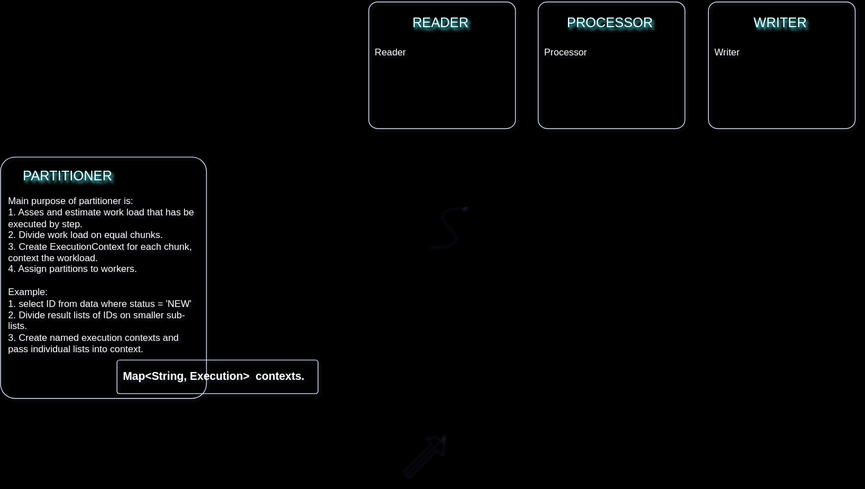
The draw.io diagram public/images/spring-batch-data-flow.drawio.svg in gsaukov/spring-batch-demo, before a commit. Source tidied: cells renumbered, new cells last; positions are measured from the earlier drawing's top-left corner, leaving out a move shared by most shapes.
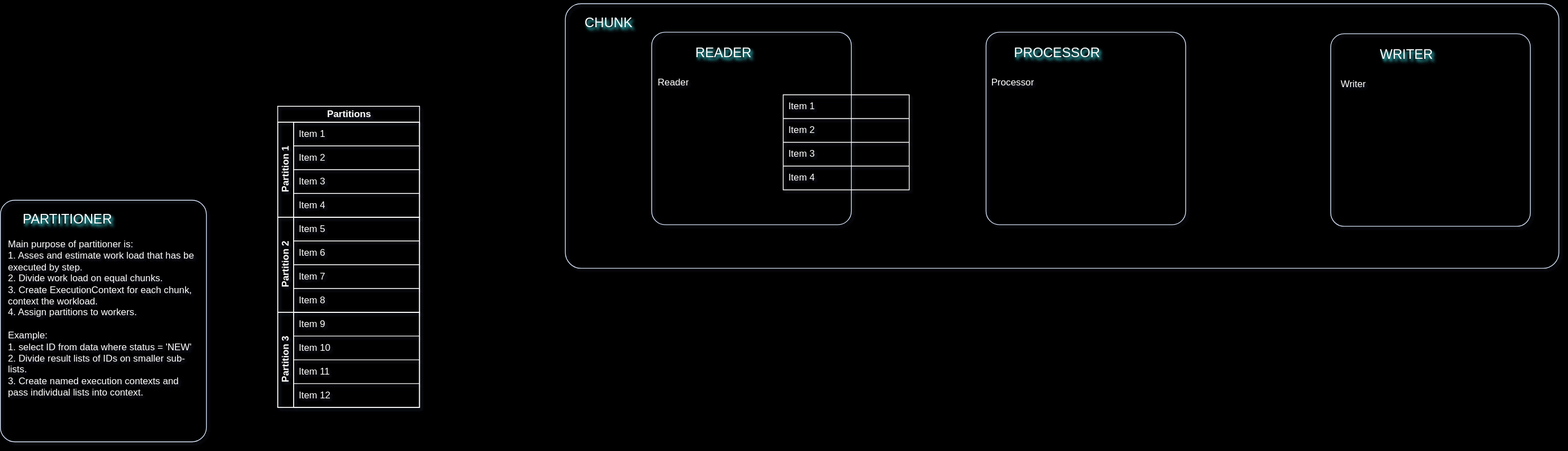
The same diagram one commit later.

Diff of the diagram source:
```diff
@@ -2,6 +2,9 @@
   <root>
     <mxCell id="0" />
     <mxCell id="1" parent="0" />
+    <mxCell id="20" style="rounded=1;whiteSpace=wrap;html=1;shadow=0;arcSize=6;fillColor=none;glass=0;perimeterSpacing=0;labelBorderColor=none;shadowOffsetX=2;shadowOpacity=80;shadowColor=#33FFFF;strokeColor=#D4E1F5;strokeWidth=1;shadowBlur=1;" parent="1" vertex="1">
+      <mxGeometry x="713" y="-52" width="1254" height="334" as="geometry" />
+    </mxCell>
     <mxCell id="2" style="rounded=1;whiteSpace=wrap;html=1;shadow=0;arcSize=7;fillColor=none;glass=0;perimeterSpacing=0;labelBorderColor=none;shadowOffsetX=2;shadowOpacity=80;shadowColor=#33FFFF;strokeColor=#D4E1F5;strokeWidth=1;shadowBlur=1;shadowOffsetY=2;" parent="1" vertex="1">
       <mxGeometry y="196" width="260" height="305" as="geometry" />
     </mxCell>
@@ -12,62 +15,157 @@
       <mxGeometry x="10" y="240" width="240" height="212.5" as="geometry" />
     </mxCell>
     <mxCell id="5" style="rounded=1;whiteSpace=wrap;html=1;shadow=0;arcSize=7;fillColor=none;glass=0;perimeterSpacing=0;labelBorderColor=none;shadowOffsetX=2;shadowOpacity=80;shadowColor=#33FFFF;strokeColor=#D4E1F5;strokeWidth=1;shadowBlur=1;shadowOffsetY=2;" parent="1" vertex="1">
-      <mxGeometry x="465" width="185.3" height="160" as="geometry" />
+      <mxGeometry x="822" y="-16" width="252" height="243" as="geometry" />
     </mxCell>
     <mxCell id="6" value="READER" style="text;html=1;strokeColor=none;fillColor=none;align=center;verticalAlign=middle;whiteSpace=wrap;rounded=0;shadow=1;sketch=0;shadowColor=#33FFFF;textShadow=1;fontColor=#FFFFFF;shadowOpacity=80;fontSize=17;" parent="1" vertex="1">
-      <mxGeometry x="500.5" y="2" width="110" height="50" as="geometry" />
+      <mxGeometry x="857.5" y="-14" width="110" height="50" as="geometry" />
     </mxCell>
     <mxCell id="7" value="&lt;p style=&quot;margin-top: 0px; margin-bottom: 0px;&quot;&gt;Reader&lt;br&gt;&lt;/p&gt;" style="text;html=1;whiteSpace=wrap;overflow=hidden;rounded=0;fontColor=#FFFFFF;spacing=0;" parent="1" vertex="1">
-      <mxGeometry x="473" y="52" width="171" height="87" as="geometry" />
+      <mxGeometry x="830" y="36" width="171" height="87" as="geometry" />
     </mxCell>
-    <mxCell id="8" style="rounded=1;whiteSpace=wrap;html=1;shadow=0;arcSize=7;fillColor=none;glass=0;perimeterSpacing=0;labelBorderColor=none;shadowOffsetX=2;shadowOpacity=80;shadowColor=#33FFFF;strokeColor=#D4E1F5;strokeWidth=1;shadowBlur=1;shadowOffsetY=2;" parent="1" vertex="1">
-      <mxGeometry x="679" width="185.3" height="160" as="geometry" />
-    </mxCell>
     <mxCell id="9" value="PROCESSOR" style="text;html=1;strokeColor=none;fillColor=none;align=center;verticalAlign=middle;whiteSpace=wrap;rounded=0;shadow=1;sketch=0;shadowColor=#33FFFF;textShadow=1;fontColor=#FFFFFF;shadowOpacity=80;fontSize=17;" parent="1" vertex="1">
-      <mxGeometry x="714.5" y="2" width="110" height="50" as="geometry" />
+      <mxGeometry x="1278.5" y="-14" width="110" height="50" as="geometry" />
     </mxCell>
     <mxCell id="10" value="&lt;p style=&quot;margin-top: 0px; margin-bottom: 0px;&quot;&gt;Processor&lt;br&gt;&lt;/p&gt;" style="text;html=1;whiteSpace=wrap;overflow=hidden;rounded=0;fontColor=#FFFFFF;spacing=0;" parent="1" vertex="1">
-      <mxGeometry x="687" y="52" width="171" height="89" as="geometry" />
+      <mxGeometry x="1251" y="36" width="171" height="89" as="geometry" />
     </mxCell>
-    <mxCell id="11" style="rounded=1;whiteSpace=wrap;html=1;shadow=0;arcSize=7;fillColor=none;glass=0;perimeterSpacing=0;labelBorderColor=none;shadowOffsetX=2;shadowOpacity=80;shadowColor=#33FFFF;strokeColor=#D4E1F5;strokeWidth=1;shadowBlur=1;shadowOffsetY=2;" parent="1" vertex="1">
-      <mxGeometry x="894" width="185.3" height="160" as="geometry" />
-    </mxCell>
     <mxCell id="12" value="WRITER" style="text;html=1;strokeColor=none;fillColor=none;align=center;verticalAlign=middle;whiteSpace=wrap;rounded=0;shadow=1;sketch=0;shadowColor=#33FFFF;textShadow=1;fontColor=#FFFFFF;shadowOpacity=80;fontSize=17;" parent="1" vertex="1">
-      <mxGeometry x="929.5" y="2" width="110" height="50" as="geometry" />
+      <mxGeometry x="1719.5" y="-12" width="110" height="50" as="geometry" />
     </mxCell>
     <mxCell id="13" value="&lt;p style=&quot;margin-top: 0px; margin-bottom: 0px;&quot;&gt;Writer&lt;br&gt;&lt;/p&gt;&lt;p style=&quot;margin-top: 0px; margin-bottom: 0px;&quot;&gt;&lt;br&gt;&lt;/p&gt;" style="text;html=1;whiteSpace=wrap;overflow=hidden;rounded=0;fontColor=#FFFFFF;spacing=0;" parent="1" vertex="1">
-      <mxGeometry x="902" y="52" width="171" height="80" as="geometry" />
+      <mxGeometry x="1692" y="38" width="171" height="80" as="geometry" />
     </mxCell>
-    <mxCell id="14" style="shape=flexArrow;endArrow=classic;html=1;rounded=0;" parent="1" edge="1">
-      <mxGeometry relative="1" as="geometry">
-        <mxPoint x="509" y="596" as="sourcePoint" />
-        <mxPoint x="559" y="546" as="targetPoint" />
-      </mxGeometry>
-    </mxCell>
-    <mxCell id="15" style="endArrow=classic;html=1;rounded=0;" parent="1" edge="1">
-      <mxGeometry relative="1" as="geometry">
-        <mxPoint x="509" y="596" as="sourcePoint" />
-        <mxPoint x="559" y="546" as="targetPoint" />
-      </mxGeometry>
-    </mxCell>
-    <mxCell id="16" style="group;" parent="1" vertex="1">
-      <mxGeometry x="147" y="452.5" width="254" height="43.5" as="geometry" />
-    </mxCell>
-    <mxCell id="17" style="rounded=1;whiteSpace=wrap;html=1;shadow=0;arcSize=8;fillColor=none;glass=0;perimeterSpacing=0;labelBorderColor=none;shadowOffsetX=2;shadowOpacity=80;shadowColor=#33FFFF;strokeColor=#D4E1F5;strokeWidth=1;shadowBlur=1;" parent="16" vertex="1">
-      <mxGeometry width="254" height="42.5" as="geometry" />
-    </mxCell>
-    <mxCell id="18" value="&lt;h3 style=&quot;margin-top: 0px;&quot;&gt;Map&amp;lt;String, Execution&amp;gt;&amp;nbsp; contexts.&lt;/h3&gt;" style="text;html=1;whiteSpace=wrap;overflow=hidden;rounded=0;fontColor=#FFFFFF;" parent="16" vertex="1">
-      <mxGeometry x="5.5" y="5" width="238.5" height="38.5" as="geometry" />
-    </mxCell>
-    <mxCell id="19" style="curved=1;endArrow=classic;html=1;rounded=0;" parent="1" edge="1">
-      <mxGeometry relative="1" as="geometry">
-        <mxPoint x="539" y="308" as="sourcePoint" />
-        <mxPoint x="589" y="258" as="targetPoint" />
-        <Array as="points">
-          <mxPoint x="589" y="308" />
-          <mxPoint x="539" y="258" />
-        </Array>
-      </mxGeometry>
-    </mxCell>
+    <mxCell id="21" value="CHUNK" style="text;html=1;strokeColor=none;fillColor=none;align=center;verticalAlign=middle;whiteSpace=wrap;rounded=0;shadow=1;sketch=0;shadowColor=#33FFFF;textShadow=1;fontColor=#FFFFFF;shadowOpacity=80;fontSize=17;" parent="1" vertex="1">
+      <mxGeometry x="713" y="-52" width="110" height="50" as="geometry" />
+    </mxCell>
+    <mxCell id="22" style="group;" parent="1" vertex="1">
+      <mxGeometry x="350" y="77.5" width="179" height="380" as="geometry" />
+    </mxCell>
+    <mxCell id="23" value="Partitions" style="swimlane;horizontal=1;startSize=20;html=1;fillColor=none;strokeColor=#FFFFFF;glass=0;fontColor=#FFFFFF;rounded=0;" parent="22" vertex="1">
+      <mxGeometry width="179" height="380" as="geometry" />
+    </mxCell>
+    <mxCell id="24" value="Partition 1" style="swimlane;startSize=20;horizontal=0;html=1;strokeColor=#FFFFFF;glass=0;fontColor=#FFFFFF;fillColor=none;rounded=0;" parent="23" vertex="1">
+      <mxGeometry y="20" width="179" height="120" as="geometry" />
+    </mxCell>
+    <mxCell id="25" value="Partition 2" style="swimlane;startSize=20;horizontal=0;html=1;strokeColor=#FFFFFF;glass=0;fontColor=#FFFFFF;fillColor=none;rounded=0;" parent="23" vertex="1">
+      <mxGeometry y="140" width="179" height="120" as="geometry" />
+    </mxCell>
+    <mxCell id="26" style="shape=table;startSize=0;fontSize=11;fillColor=none;strokeColor=#FFFFFF;fontColor=#FFFFFF;" parent="25" vertex="1">
+      <mxGeometry x="20" width="159" height="120" as="geometry" />
+    </mxCell>
+    <mxCell id="27" style="shape=tableRow;horizontal=0;startSize=0;swimlaneHead=0;swimlaneBody=0;strokeColor=inherit;top=0;left=0;bottom=0;right=0;fillColor=none;fontSize=16;" parent="26" vertex="1">
+      <mxGeometry width="159" height="30" as="geometry" />
+    </mxCell>
+    <mxCell id="28" value="Item 5" style="shape=partialRectangle;html=1;whiteSpace=wrap;strokeColor=inherit;overflow=hidden;fillColor=none;top=0;left=0;bottom=0;right=0;fontSize=12;align=left;spacingLeft=5;fontColor=#FFFFFF;" parent="27" vertex="1">
+      <mxGeometry width="159" height="30" as="geometry" />
+    </mxCell>
+    <mxCell id="29" style="shape=tableRow;horizontal=0;startSize=0;swimlaneHead=0;swimlaneBody=0;strokeColor=inherit;top=0;left=0;bottom=0;right=0;fillColor=none;fontSize=16;" parent="26" vertex="1">
+      <mxGeometry y="30" width="159" height="30" as="geometry" />
+    </mxCell>
+    <mxCell id="30" value="Item 6" style="shape=partialRectangle;html=1;whiteSpace=wrap;strokeColor=inherit;overflow=hidden;fillColor=none;top=0;left=0;bottom=0;right=0;fontSize=12;align=left;spacingLeft=5;fontColor=#FFFFFF;" parent="29" vertex="1">
+      <mxGeometry width="159" height="30" as="geometry" />
+    </mxCell>
+    <mxCell id="31" style="shape=tableRow;horizontal=0;startSize=0;swimlaneHead=0;swimlaneBody=0;strokeColor=inherit;top=0;left=0;bottom=0;right=0;fillColor=none;fontSize=16;" parent="26" vertex="1">
+      <mxGeometry y="60" width="159" height="30" as="geometry" />
+    </mxCell>
+    <mxCell id="32" value="Item 7" style="shape=partialRectangle;html=1;whiteSpace=wrap;strokeColor=inherit;overflow=hidden;fillColor=none;top=0;left=0;bottom=0;right=0;fontSize=12;align=left;spacingLeft=5;fontColor=#FFFFFF;" parent="31" vertex="1">
+      <mxGeometry width="159" height="30" as="geometry" />
+    </mxCell>
+    <mxCell id="33" style="shape=tableRow;horizontal=0;startSize=0;swimlaneHead=0;swimlaneBody=0;strokeColor=inherit;top=0;left=0;bottom=0;right=0;fillColor=none;fontSize=16;" parent="26" vertex="1">
+      <mxGeometry y="90" width="159" height="30" as="geometry" />
+    </mxCell>
+    <mxCell id="34" value="Item 8" style="shape=partialRectangle;html=1;whiteSpace=wrap;strokeColor=inherit;overflow=hidden;fillColor=none;top=0;left=0;bottom=0;right=0;fontSize=12;align=left;spacingLeft=5;fontColor=#FFFFFF;" parent="33" vertex="1">
+      <mxGeometry width="159" height="30" as="geometry" />
+    </mxCell>
+    <mxCell id="35" value="Partition 3" style="swimlane;startSize=20;horizontal=0;html=1;strokeColor=#FFFFFF;glass=0;fontColor=#FFFFFF;fillColor=none;rounded=0;" parent="23" vertex="1">
+      <mxGeometry y="260" width="179" height="120" as="geometry" />
+    </mxCell>
+    <mxCell id="36" style="shape=table;startSize=0;fontSize=11;fillColor=none;strokeColor=#FFFFFF;fontColor=#FFFFFF;" parent="35" vertex="1">
+      <mxGeometry x="20" width="159" height="120" as="geometry" />
+    </mxCell>
+    <mxCell id="37" style="shape=tableRow;horizontal=0;startSize=0;swimlaneHead=0;swimlaneBody=0;strokeColor=inherit;top=0;left=0;bottom=0;right=0;fillColor=none;fontSize=16;" parent="36" vertex="1">
+      <mxGeometry width="159" height="30" as="geometry" />
+    </mxCell>
+    <mxCell id="38" value="Item 9" style="shape=partialRectangle;html=1;whiteSpace=wrap;strokeColor=inherit;overflow=hidden;fillColor=none;top=0;left=0;bottom=0;right=0;fontSize=12;align=left;spacingLeft=5;fontColor=#FFFFFF;" parent="37" vertex="1">
+      <mxGeometry width="159" height="30" as="geometry" />
+    </mxCell>
+    <mxCell id="39" style="shape=tableRow;horizontal=0;startSize=0;swimlaneHead=0;swimlaneBody=0;strokeColor=inherit;top=0;left=0;bottom=0;right=0;fillColor=none;fontSize=16;" parent="36" vertex="1">
+      <mxGeometry y="30" width="159" height="30" as="geometry" />
+    </mxCell>
+    <mxCell id="40" value="Item 10" style="shape=partialRectangle;html=1;whiteSpace=wrap;strokeColor=inherit;overflow=hidden;fillColor=none;top=0;left=0;bottom=0;right=0;fontSize=12;align=left;spacingLeft=5;fontColor=#FFFFFF;" parent="39" vertex="1">
+      <mxGeometry width="159" height="30" as="geometry" />
+    </mxCell>
+    <mxCell id="41" style="shape=tableRow;horizontal=0;startSize=0;swimlaneHead=0;swimlaneBody=0;strokeColor=inherit;top=0;left=0;bottom=0;right=0;fillColor=none;fontSize=16;" parent="36" vertex="1">
+      <mxGeometry y="60" width="159" height="30" as="geometry" />
+    </mxCell>
+    <mxCell id="42" value="Item 11" style="shape=partialRectangle;html=1;whiteSpace=wrap;strokeColor=inherit;overflow=hidden;fillColor=none;top=0;left=0;bottom=0;right=0;fontSize=12;align=left;spacingLeft=5;fontColor=#FFFFFF;" parent="41" vertex="1">
+      <mxGeometry width="159" height="30" as="geometry" />
+    </mxCell>
+    <mxCell id="43" style="shape=tableRow;horizontal=0;startSize=0;swimlaneHead=0;swimlaneBody=0;strokeColor=inherit;top=0;left=0;bottom=0;right=0;fillColor=none;fontSize=16;" parent="36" vertex="1">
+      <mxGeometry y="90" width="159" height="30" as="geometry" />
+    </mxCell>
+    <mxCell id="44" value="Item 12" style="shape=partialRectangle;html=1;whiteSpace=wrap;strokeColor=inherit;overflow=hidden;fillColor=none;top=0;left=0;bottom=0;right=0;fontSize=12;align=left;spacingLeft=5;fontColor=#FFFFFF;" parent="43" vertex="1">
+      <mxGeometry width="159" height="30" as="geometry" />
+    </mxCell>
+    <mxCell id="45" style="shape=table;startSize=0;fontSize=11;fillColor=none;strokeColor=#FFFFFF;fontColor=#FFFFFF;" parent="22" vertex="1">
+      <mxGeometry x="20" y="20" width="159" height="120" as="geometry" />
+    </mxCell>
+    <mxCell id="46" style="shape=tableRow;horizontal=0;startSize=0;swimlaneHead=0;swimlaneBody=0;strokeColor=inherit;top=0;left=0;bottom=0;right=0;fillColor=none;fontSize=16;" parent="45" vertex="1">
+      <mxGeometry width="159" height="30" as="geometry" />
+    </mxCell>
+    <mxCell id="47" value="Item 1" style="shape=partialRectangle;html=1;whiteSpace=wrap;strokeColor=inherit;overflow=hidden;fillColor=none;top=0;left=0;bottom=0;right=0;fontSize=12;align=left;spacingLeft=5;fontColor=#FFFFFF;" parent="46" vertex="1">
+      <mxGeometry width="159" height="30" as="geometry" />
+    </mxCell>
+    <mxCell id="48" style="shape=tableRow;horizontal=0;startSize=0;swimlaneHead=0;swimlaneBody=0;strokeColor=inherit;top=0;left=0;bottom=0;right=0;fillColor=none;fontSize=16;" parent="45" vertex="1">
+      <mxGeometry y="30" width="159" height="30" as="geometry" />
+    </mxCell>
+    <mxCell id="49" value="Item 2" style="shape=partialRectangle;html=1;whiteSpace=wrap;strokeColor=inherit;overflow=hidden;fillColor=none;top=0;left=0;bottom=0;right=0;fontSize=12;align=left;spacingLeft=5;fontColor=#FFFFFF;" parent="48" vertex="1">
+      <mxGeometry width="159" height="30" as="geometry" />
+    </mxCell>
+    <mxCell id="50" style="shape=tableRow;horizontal=0;startSize=0;swimlaneHead=0;swimlaneBody=0;strokeColor=inherit;top=0;left=0;bottom=0;right=0;fillColor=none;fontSize=16;" parent="45" vertex="1">
+      <mxGeometry y="60" width="159" height="30" as="geometry" />
+    </mxCell>
+    <mxCell id="51" value="Item 3" style="shape=partialRectangle;html=1;whiteSpace=wrap;strokeColor=inherit;overflow=hidden;fillColor=none;top=0;left=0;bottom=0;right=0;fontSize=12;align=left;spacingLeft=5;fontColor=#FFFFFF;" parent="50" vertex="1">
+      <mxGeometry width="159" height="30" as="geometry" />
+    </mxCell>
+    <mxCell id="52" style="shape=tableRow;horizontal=0;startSize=0;swimlaneHead=0;swimlaneBody=0;strokeColor=inherit;top=0;left=0;bottom=0;right=0;fillColor=none;fontSize=16;" parent="45" vertex="1">
+      <mxGeometry y="90" width="159" height="30" as="geometry" />
+    </mxCell>
+    <mxCell id="53" value="Item 4" style="shape=partialRectangle;html=1;whiteSpace=wrap;strokeColor=inherit;overflow=hidden;fillColor=none;top=0;left=0;bottom=0;right=0;fontSize=12;align=left;spacingLeft=5;fontColor=#FFFFFF;" parent="52" vertex="1">
+      <mxGeometry width="159" height="30" as="geometry" />
+    </mxCell>
+    <mxCell id="54" style="rounded=1;whiteSpace=wrap;html=1;shadow=0;arcSize=7;fillColor=none;glass=0;perimeterSpacing=0;labelBorderColor=none;shadowOffsetX=2;shadowOpacity=80;shadowColor=#33FFFF;strokeColor=#D4E1F5;strokeWidth=1;shadowBlur=1;shadowOffsetY=2;" parent="1" vertex="1">
+      <mxGeometry x="1244" y="-16" width="252" height="243" as="geometry" />
+    </mxCell>
+    <mxCell id="55" style="rounded=1;whiteSpace=wrap;html=1;shadow=0;arcSize=7;fillColor=none;glass=0;perimeterSpacing=0;labelBorderColor=none;shadowOffsetX=2;shadowOpacity=80;shadowColor=#33FFFF;strokeColor=#D4E1F5;strokeWidth=1;shadowBlur=1;shadowOffsetY=2;" parent="1" vertex="1">
+      <mxGeometry x="1679" y="-14" width="252" height="243" as="geometry" />
+    </mxCell>
+    <mxCell id="56" style="shape=table;startSize=0;fontSize=11;fillColor=none;strokeColor=#FFFFFF;fontColor=#FFFFFF;" parent="1" vertex="1">
+      <mxGeometry x="988" y="63" width="159" height="120" as="geometry" />
+    </mxCell>
+    <mxCell id="57" style="shape=tableRow;horizontal=0;startSize=0;swimlaneHead=0;swimlaneBody=0;strokeColor=inherit;top=0;left=0;bottom=0;right=0;fillColor=none;fontSize=16;" parent="56" vertex="1">
+      <mxGeometry width="159" height="30" as="geometry" />
+    </mxCell>
+    <mxCell id="58" value="Item 1" style="shape=partialRectangle;html=1;whiteSpace=wrap;strokeColor=inherit;overflow=hidden;fillColor=none;top=0;left=0;bottom=0;right=0;fontSize=12;align=left;spacingLeft=5;fontColor=#FFFFFF;" parent="57" vertex="1">
+      <mxGeometry width="159" height="30" as="geometry" />
+    </mxCell>
+    <mxCell id="59" style="shape=tableRow;horizontal=0;startSize=0;swimlaneHead=0;swimlaneBody=0;strokeColor=inherit;top=0;left=0;bottom=0;right=0;fillColor=none;fontSize=16;" parent="56" vertex="1">
+      <mxGeometry y="30" width="159" height="30" as="geometry" />
+    </mxCell>
+    <mxCell id="60" value="Item 2" style="shape=partialRectangle;html=1;whiteSpace=wrap;strokeColor=inherit;overflow=hidden;fillColor=none;top=0;left=0;bottom=0;right=0;fontSize=12;align=left;spacingLeft=5;fontColor=#FFFFFF;" parent="59" vertex="1">
+      <mxGeometry width="159" height="30" as="geometry" />
+    </mxCell>
+    <mxCell id="61" style="shape=tableRow;horizontal=0;startSize=0;swimlaneHead=0;swimlaneBody=0;strokeColor=inherit;top=0;left=0;bottom=0;right=0;fillColor=none;fontSize=16;" parent="56" vertex="1">
+      <mxGeometry y="60" width="159" height="30" as="geometry" />
+    </mxCell>
+    <mxCell id="62" value="Item 3" style="shape=partialRectangle;html=1;whiteSpace=wrap;strokeColor=inherit;overflow=hidden;fillColor=none;top=0;left=0;bottom=0;right=0;fontSize=12;align=left;spacingLeft=5;fontColor=#FFFFFF;" parent="61" vertex="1">
+      <mxGeometry width="159" height="30" as="geometry" />
+    </mxCell>
+    <mxCell id="63" style="shape=tableRow;horizontal=0;startSize=0;swimlaneHead=0;swimlaneBody=0;strokeColor=inherit;top=0;left=0;bottom=0;right=0;fillColor=none;fontSize=16;" parent="56" vertex="1">
+      <mxGeometry y="90" width="159" height="30" as="geometry" />
+    </mxCell>
+    <mxCell id="64" value="Item 4" style="shape=partialRectangle;html=1;whiteSpace=wrap;strokeColor=inherit;overflow=hidden;fillColor=none;top=0;left=0;bottom=0;right=0;fontSize=12;align=left;spacingLeft=5;fontColor=#FFFFFF;" parent="63" vertex="1">
+      <mxGeometry width="159" height="30" as="geometry" />
+    </mxCell>
   </root>
 </mxGraphModel>
```
